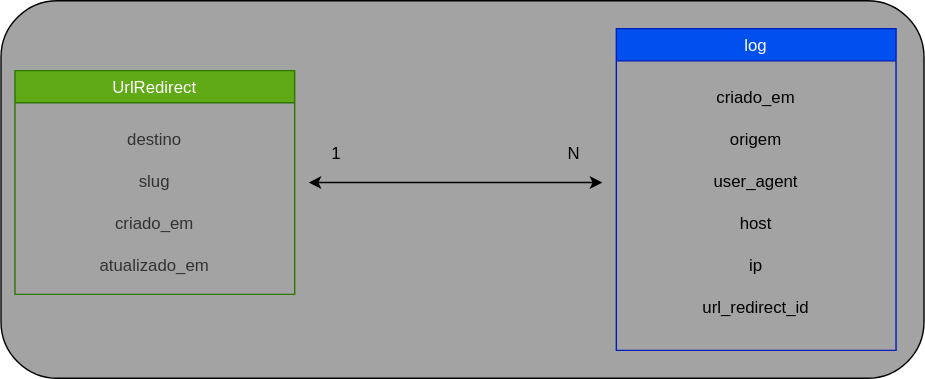
Before: models.svg, a diagram exported from draw.io (HenriqueCCdA/urlReduce). Source tidied: cells renumbered, new cells last; positions are measured from the earlier drawing's top-left corner, leaving out a move shared by most shapes.
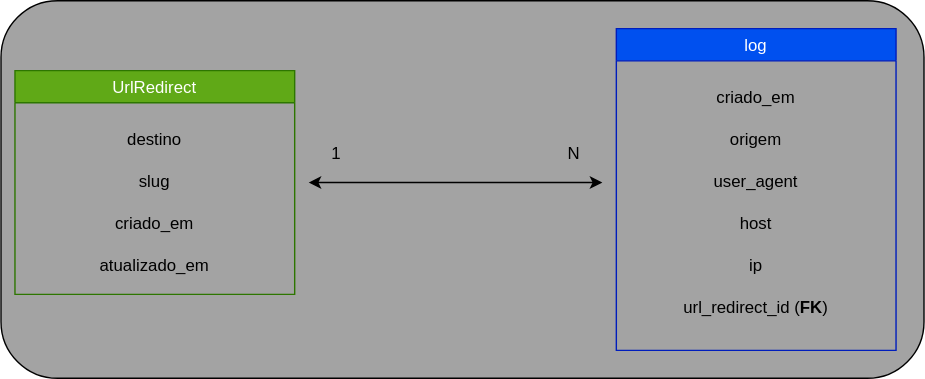
Later version of the same file.

Change to the diagram source:
```diff
@@ -26,7 +26,7 @@
     <mxCell id="9" value="origem" style="text;html=1;strokeColor=none;fillColor=none;align=center;verticalAlign=middle;whiteSpace=wrap;rounded=0;fontColor=#000000;" parent="3" vertex="1">
       <mxGeometry y="70" width="200" height="20" as="geometry" />
     </mxCell>
-    <mxCell id="10" value="url_redirect_id" style="text;html=1;strokeColor=none;fillColor=none;align=center;verticalAlign=middle;whiteSpace=wrap;rounded=0;fontColor=#000000;" parent="3" vertex="1">
+    <mxCell id="10" value="url_redirect_id (&lt;b&gt;FK&lt;/b&gt;)" style="text;html=1;strokeColor=none;fillColor=none;align=center;verticalAlign=middle;whiteSpace=wrap;rounded=0;fontColor=#000000;" parent="3" vertex="1">
       <mxGeometry y="190" width="200" height="20" as="geometry" />
     </mxCell>
     <mxCell id="11" style="group;opacity=0;" parent="1" vertex="1">
@@ -35,20 +35,20 @@
     <mxCell id="12" value="UrlRedirect" style="swimlane;fontStyle=0;fillColor=#60a917;strokeColor=#2D7600;glass=0;rounded=0;shadow=0;sketch=0;fontColor=#ffffff;swimlaneFillColor=none;" parent="11" vertex="1">
       <mxGeometry width="200" height="160" as="geometry" />
     </mxCell>
-    <mxCell id="13" value="destino" style="text;html=1;align=center;verticalAlign=middle;whiteSpace=wrap;rounded=0;fontColor=#333333;" parent="11" vertex="1">
+    <mxCell id="13" value="&lt;div&gt;&lt;span&gt;&lt;font color=&quot;#000000&quot;&gt;destino&lt;/font&gt;&lt;/span&gt;&lt;/div&gt;" style="text;html=1;align=center;verticalAlign=middle;whiteSpace=wrap;rounded=0;fontColor=#333333;" parent="11" vertex="1">
       <mxGeometry y="40" width="200" height="20" as="geometry" />
     </mxCell>
-    <mxCell id="14" value="slug" style="text;html=1;align=center;verticalAlign=middle;whiteSpace=wrap;rounded=0;fontColor=#333333;" parent="11" vertex="1">
+    <mxCell id="14" value="&lt;font color=&quot;#000000&quot;&gt;slug&lt;/font&gt;" style="text;html=1;align=center;verticalAlign=middle;whiteSpace=wrap;rounded=0;fontColor=#333333;" parent="11" vertex="1">
       <mxGeometry y="70" width="200" height="20" as="geometry" />
     </mxCell>
-    <mxCell id="15" value="criado_em" style="text;html=1;align=center;verticalAlign=middle;whiteSpace=wrap;rounded=0;fontColor=#333333;" parent="11" vertex="1">
+    <mxCell id="15" value="&lt;font color=&quot;#000000&quot;&gt;criado_em&lt;/font&gt;" style="text;html=1;align=center;verticalAlign=middle;whiteSpace=wrap;rounded=0;fontColor=#333333;" parent="11" vertex="1">
       <mxGeometry y="100" width="200" height="20" as="geometry" />
     </mxCell>
-    <mxCell id="16" value="atualizado_em" style="text;html=1;align=center;verticalAlign=middle;whiteSpace=wrap;rounded=0;fontColor=#333333;" parent="11" vertex="1">
+    <mxCell id="16" value="&lt;font color=&quot;#000000&quot;&gt;atualizado_em&lt;/font&gt;" style="text;html=1;align=center;verticalAlign=middle;whiteSpace=wrap;rounded=0;fontColor=#333333;" parent="11" vertex="1">
       <mxGeometry y="130" width="200" height="20" as="geometry" />
     </mxCell>
-    <mxCell id="17" style="group;" parent="1" vertex="1">
-      <mxGeometry x="220" y="100" width="210" height="30" as="geometry" />
+    <mxCell id="17" style="group;fontColor=#000000;rounded=0;glass=0;" parent="1" vertex="1">
+      <mxGeometry x="220" y="100" width="210" height="40" as="geometry" />
     </mxCell>
     <mxCell id="18" style="endArrow=classic;startArrow=classic;html=1;" parent="17" edge="1">
       <mxGeometry relative="1" as="geometry">
@@ -56,10 +56,10 @@
         <mxPoint x="210" y="30" as="targetPoint" />
       </mxGeometry>
     </mxCell>
-    <mxCell id="19" value="1" style="text;html=1;strokeColor=none;fillColor=none;align=center;verticalAlign=middle;whiteSpace=wrap;rounded=0;" parent="17" vertex="1">
+    <mxCell id="19" value="1" style="text;html=1;align=center;verticalAlign=middle;whiteSpace=wrap;rounded=0;fontColor=#000000;" parent="17" vertex="1">
       <mxGeometry width="40" height="20" as="geometry" />
     </mxCell>
-    <mxCell id="20" value="N" style="text;html=1;strokeColor=none;fillColor=none;align=center;verticalAlign=middle;whiteSpace=wrap;rounded=0;" parent="17" vertex="1">
+    <mxCell id="20" value="N" style="text;html=1;strokeColor=none;fillColor=none;align=center;verticalAlign=middle;whiteSpace=wrap;rounded=0;fontColor=#000000;" parent="17" vertex="1">
       <mxGeometry x="170" width="40" height="20" as="geometry" />
     </mxCell>
   </root>
```
